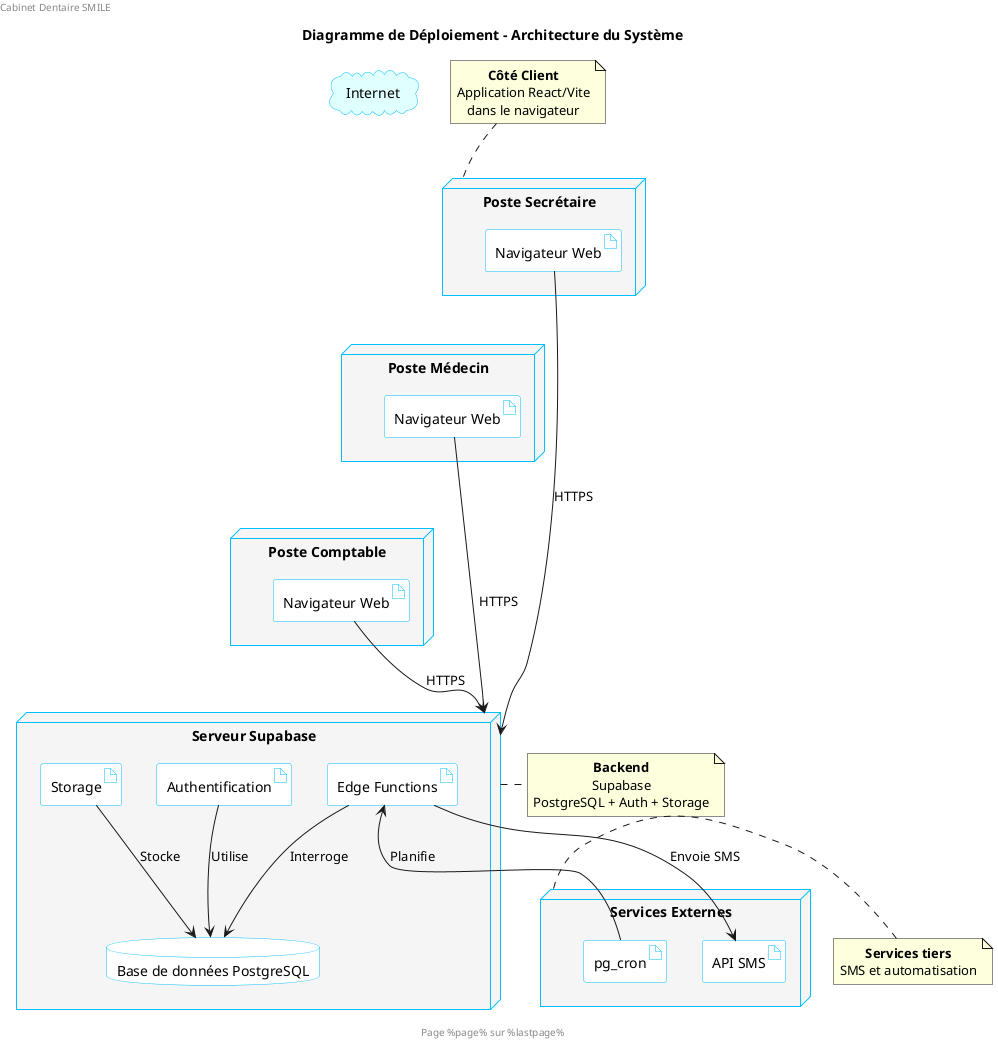
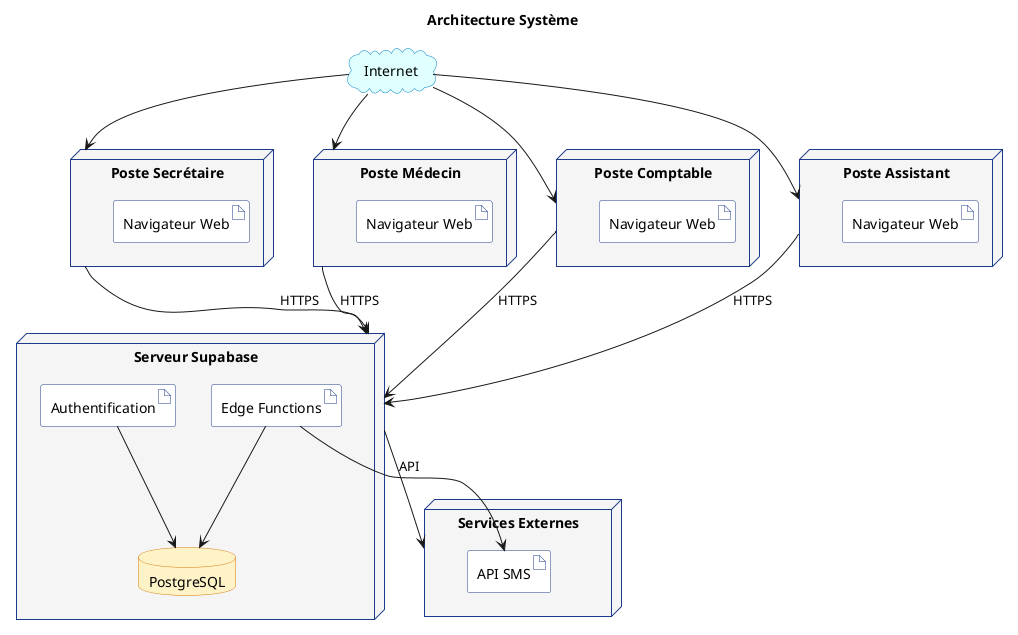
@startuml
- left header Cabinet Dentaire SMILE
- right header Diagramme de Déploiement
- footer Page %page% sur %lastpage%
+ title Architecture Système

- title Diagramme de Déploiement - Architecture du Système
- 
- ' Configuration simple et claire
+ ' ===== CONFIGURATION =====
skinparam node {
  BackgroundColor WhiteSmoke
-   BorderColor DeepSkyBlue
+   BorderColor #1E3A8A
  RoundCorner 10
}
skinparam artifact {
  BackgroundColor White
-   BorderColor DeepSkyBlue
-   RoundCorner 5
+   BorderColor #1E3A8A
}
skinparam cloud {
  BackgroundColor LightCyan
-   BorderColor DeepSkyBlue
+   BorderColor #0284C7
}
skinparam database {
-   BackgroundColor White
-   BorderColor DeepSkyBlue
+   BackgroundColor #FEF3C7
+   BorderColor #D97706
}
skinparam shadowing false
- skinparam defaultTextAlignment center

- ' === NŒUDS DE DÉPLOIEMENT ===
+ ' ===== NŒUDS =====

cloud "Internet" as internet

node "Poste Secrétaire" as poste_secretaire {
-   artifact "Navigateur Web" as navigateur
+   artifact "Navigateur Web" as nav_secretaire
}

node "Poste Médecin" as poste_medecin {
-   artifact "Navigateur Web" as navigateur_med
+   artifact "Navigateur Web" as nav_medecin
}

node "Poste Comptable" as poste_comptable {
-   artifact "Navigateur Web" as navigateur_compta
+   artifact "Navigateur Web" as nav_comptable
+ }
+ 
+ node "Poste Assistant" as poste_assistant {
+   artifact "Navigateur Web" as nav_assistant
}

node "Serveur Supabase" as supabase {
-   database "Base de données PostgreSQL" as db
+   database "PostgreSQL" as db
  artifact "Authentification" as auth
-   artifact "Storage" as storage
  artifact "Edge Functions" as functions
}

node "Services Externes" as externes {
-   artifact "API SMS" as sms_api
-   artifact "pg_cron" as cron
+   artifact "API SMS" as sms
}

- ' === CONNEXIONS ===
+ ' ===== CONNEXIONS =====

- internet -[hidden]down-> poste_secretaire
- poste_secretaire -[hidden]down-> poste_medecin
- poste_medecin -[hidden]down-> poste_comptable
+ internet --> poste_secretaire
+ internet --> poste_medecin
+ internet --> poste_comptable
+ internet --> poste_assistant

- navigateur --> supabase : HTTPS
- navigateur_med --> supabase : HTTPS
- navigateur_compta --> supabase : HTTPS
+ poste_secretaire --> supabase : HTTPS
+ poste_medecin --> supabase : HTTPS
+ poste_comptable --> supabase : HTTPS
+ poste_assistant --> supabase : HTTPS

- supabase -[hidden]down-> externes
+ supabase --> externes : API

- auth --> db : Utilise
- storage --> db : Stocke
- functions --> db : Interroge
- functions --> sms_api : Envoie SMS
- cron --> functions : Planifie
- 
- note top of poste_secretaire
-   <b>Côté Client</b>
-   Application React/Vite
-   dans le navigateur
- end note
- 
- note right of supabase
-   <b>Backend</b>
-   Supabase
-   PostgreSQL + Auth + Storage
- end note
- 
- note left of externes
-   <b>Services tiers</b>
-   SMS et automatisation
- end note
+ auth --> db
+ functions --> db
+ functions --> sms

@enduml